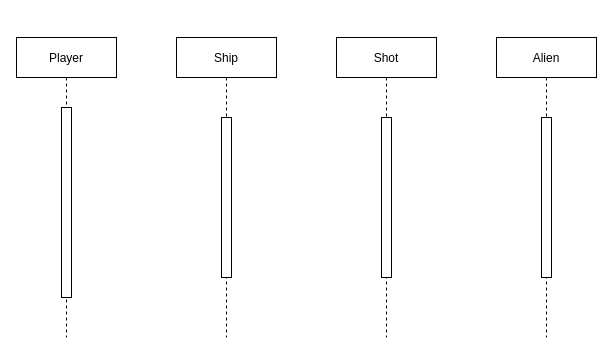
Above: Diagrammes/DiagrammeDeSequence1.drawio in SamGreppinETML/SpacyNvader (draw.io), before the change. Source tidied: cells renumbered, new cells numbered last; positions are measured from the earlier drawing's top-left corner, leaving out a move shared by most shapes. Both pictures are drawn from the tidied source at 100%, with x=0, y=0 at pixel (16, 37).
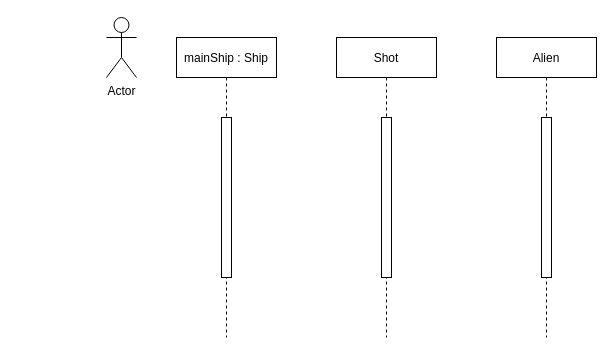
Above is the later version.

Commit message (it also covers changes not shown here):
Modifier les diagrammes

What changed in the source:
```diff
@@
 <mxGraphModel>
   <root>
     <mxCell id="0" />
     <mxCell id="1" parent="0" />
-    <mxCell id="2" value="Player" style="shape=umlLifeline;perimeter=lifelinePerimeter;rounded=0;shadow=0;strokeWidth=1;" parent="1" vertex="1">
-      <mxGeometry width="100" height="300" as="geometry" />
-    </mxCell>
-    <mxCell id="3" style="perimeter=orthogonalPerimeter;rounded=0;shadow=0;strokeWidth=1;" parent="2" vertex="1">
-      <mxGeometry x="45" y="70" width="10" height="190" as="geometry" />
-    </mxCell>
-    <mxCell id="4" value="Ship" style="shape=umlLifeline;perimeter=lifelinePerimeter;rounded=0;shadow=0;strokeWidth=1;" parent="1" vertex="1">
+    <mxCell id="4" value="mainShip : Ship" style="shape=umlLifeline;perimeter=lifelinePerimeter;rounded=0;shadow=0;strokeWidth=1;" parent="1" vertex="1">
       <mxGeometry x="160" width="100" height="300" as="geometry" />
     </mxCell>
     <mxCell id="5" style="perimeter=orthogonalPerimeter;rounded=0;shadow=0;strokeWidth=1;" parent="4" vertex="1">
       <mxGeometry x="45" y="80" width="10" height="160" as="geometry" />
     </mxCell>
     <mxCell id="6" value="Shot" style="shape=umlLifeline;perimeter=lifelinePerimeter;rounded=0;shadow=0;strokeWidth=1;" parent="1" vertex="1">
       <mxGeometry x="320" width="100" height="300" as="geometry" />
     </mxCell>
     <mxCell id="7" style="perimeter=orthogonalPerimeter;rounded=0;shadow=0;strokeWidth=1;" parent="6" vertex="1">
       <mxGeometry x="45" y="80" width="10" height="160" as="geometry" />
     </mxCell>
     <mxCell id="8" value="Alien" style="shape=umlLifeline;perimeter=lifelinePerimeter;rounded=0;shadow=0;strokeWidth=1;" parent="1" vertex="1">
       <mxGeometry x="480" width="100" height="300" as="geometry" />
     </mxCell>
     <mxCell id="9" style="perimeter=orthogonalPerimeter;rounded=0;shadow=0;strokeWidth=1;" parent="8" vertex="1">
       <mxGeometry x="45" y="80" width="10" height="160" as="geometry" />
     </mxCell>
+    <mxCell id="10" value="Actor" style="shape=umlActor;verticalLabelPosition=bottom;verticalAlign=top;html=1;" parent="1" vertex="1">
+      <mxGeometry x="90" y="-20" width="30" height="60" as="geometry" />
+    </mxCell>
   </root>
 </mxGraphModel>
```
